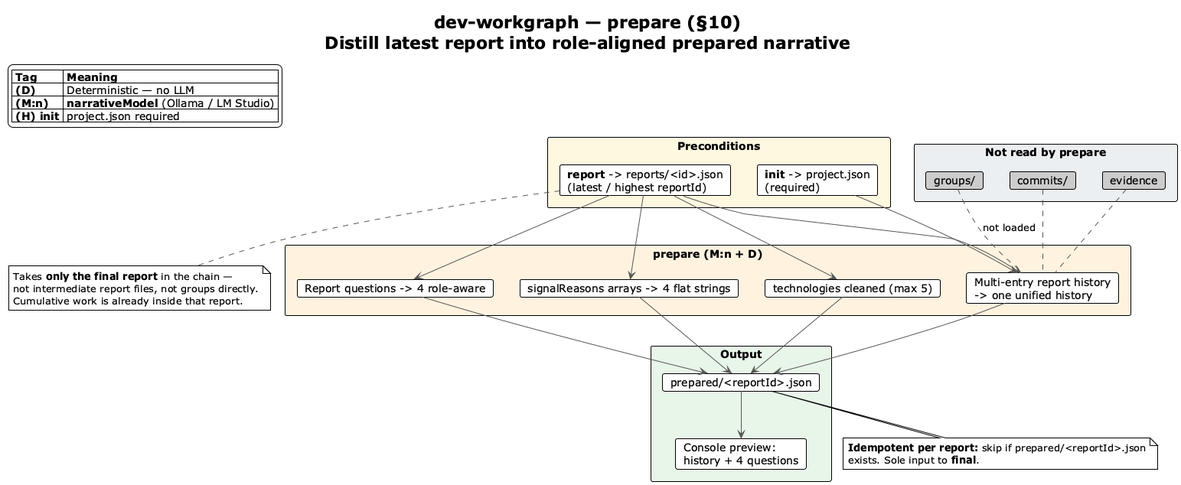
Above: img/prepare-overview.png in vzakharchenko/dev-workgraph (PlantUML), before the change.
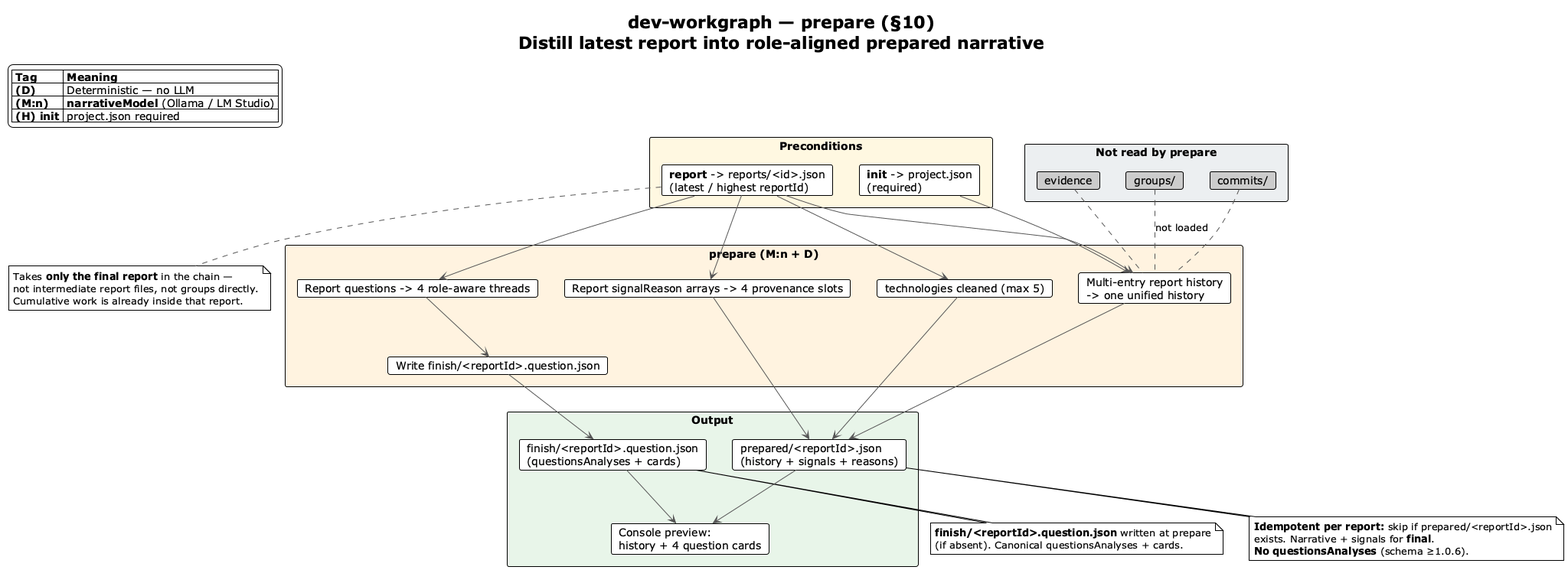
Above is the later version.

What changed in the source:
```diff
@@ -25,14 +25,16 @@
 
 rectangle "**prepare (M:n + D)**" #FFF3E0 {
   card "Multi-entry report history\n-> one unified history" as H
-  card "Report questions -> 4 role-aware" as Q
-  card "signalReasons arrays -> 4 flat strings" as R
+  card "Report questions -> 4 role-aware threads" as Q
+  card "Report signalReason arrays -> 4 provenance slots" as R
   card "technologies cleaned (max 5)" as T
+  card "Write finish/<reportId>.question.json" as FQ
 }
 
 rectangle "**Output**" #E8F5E9 {
-  card "prepared/<reportId>.json" as OUT
-  card "Console preview:\nhistory + 4 questions" as PREV
+  card "prepared/<reportId>.json\n(history + signals + reasons)" as OUT
+  card "finish/<reportId>.question.json\n(questionsAnalyses + cards)" as FOUT
+  card "Console preview:\nhistory + 4 question cards" as PREV
 }
 
 INIT --> H
@@ -41,10 +43,12 @@
 REP --> R
 REP --> T
 H --> OUT
-Q --> OUT
 R --> OUT
 T --> OUT
+Q --> FQ
+FQ --> FOUT
 OUT --> PREV
+FOUT --> PREV
 
 G .. H : not loaded
 C .. H
@@ -58,7 +62,13 @@
 
 note bottom of OUT
   **Idempotent per report:** skip if prepared/<reportId>.json
-  exists. Sole input to **final**.
+  exists. Narrative + signals for **final**.
+  **No questionsAnalyses** (schema ≥1.0.6).
+end note
+
+note bottom of FOUT
+  **finish/<reportId>.question.json** written at prepare
+  (if absent). Canonical questionsAnalyses + cards.
 end note
 
 @enduml
```
